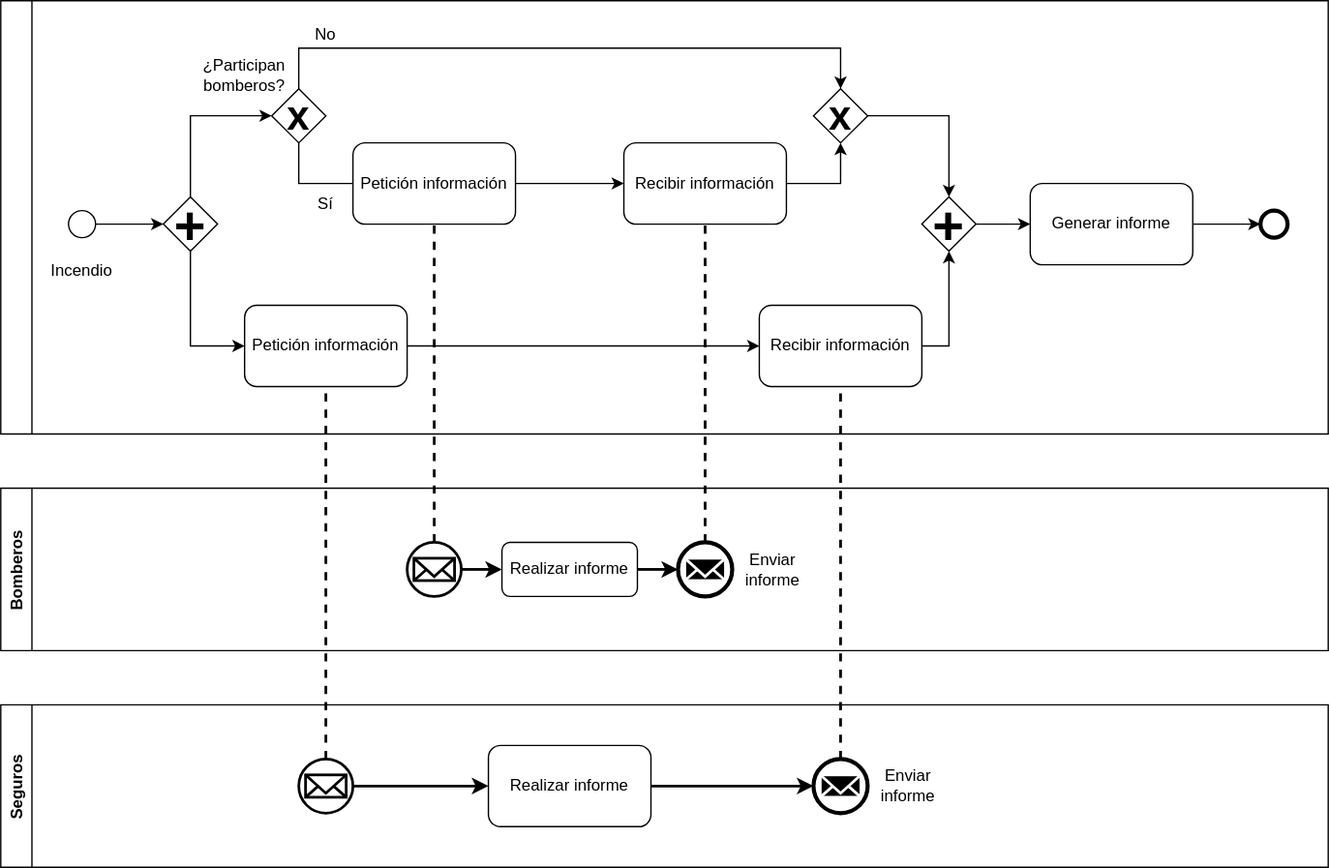
The draw.io diagram lab2/supuesto1.svg in ags000/INRE-UAL-TURQUESA-2022, before a commit. Source tidied: cells renumbered, new cells last; positions are measured from the earlier drawing's top-left corner, leaving out a move shared by most shapes. Its diagram source:
```xml
<mxGraphModel>
  <root>
    <mxCell id="0" />
    <mxCell id="1" parent="0" />
    <mxCell id="2" value="&lt;b&gt;&lt;font style=&quot;font-size: 40px;&quot;&gt;+&lt;/font&gt;&lt;/b&gt;" style="rhombus;whiteSpace=wrap;html=1;" parent="1" vertex="1">
      <mxGeometry x="120" y="145" width="40" height="40" as="geometry" />
    </mxCell>
    <mxCell id="3" value="Bomberos" style="swimlane;horizontal=0;fontSize=12;startSize=23;" parent="1" vertex="1">
      <mxGeometry y="360" width="980" height="120" as="geometry" />
    </mxCell>
    <mxCell id="4" style="edgeStyle=orthogonalEdgeStyle;rounded=0;jettySize=auto;html=1;exitX=1;exitY=0.5;exitDx=0;exitDy=0;entryX=0;entryY=0.5;entryDx=0;entryDy=0;strokeWidth=2;fontSize=12;" parent="3" edge="1" source="5" target="6">
      <mxGeometry relative="1" as="geometry" />
    </mxCell>
    <mxCell id="5" value="Realizar informe" style="rounded=1;whiteSpace=wrap;html=1;strokeWidth=1;fontSize=12;" parent="3" vertex="1">
      <mxGeometry x="370" y="40" width="100" height="40" as="geometry" />
    </mxCell>
    <mxCell id="6" style="ellipse;whiteSpace=wrap;html=1;strokeColor=#000000;strokeWidth=3;fontSize=12;fillColor=#FFFFFF;" parent="3" vertex="1">
      <mxGeometry x="500" y="40" width="40" height="40" as="geometry" />
    </mxCell>
    <mxCell id="7" style="html=1;verticalLabelPosition=bottom;align=center;labelBackgroundColor=#ffffff;verticalAlign=top;strokeWidth=2;strokeColor=#FFFFFF;shadow=0;dashed=0;shape=mxgraph.ios7.icons.mail;fontSize=12;fillColor=#000000;" parent="3" vertex="1">
      <mxGeometry x="505" y="51.8" width="30" height="16.5" as="geometry" />
    </mxCell>
    <mxCell id="8" style="edgeStyle=orthogonalEdgeStyle;rounded=0;jettySize=auto;html=1;exitX=1;exitY=0.5;exitDx=0;exitDy=0;entryX=0;entryY=0.5;entryDx=0;entryDy=0;strokeWidth=2;fontSize=12;" parent="3" edge="1" source="9" target="5">
      <mxGeometry relative="1" as="geometry" />
    </mxCell>
    <mxCell id="9" style="ellipse;whiteSpace=wrap;html=1;strokeColor=#000000;strokeWidth=2;fontSize=12;fillColor=#FFFFFF;" parent="3" vertex="1">
      <mxGeometry x="300" y="40" width="40" height="40" as="geometry" />
    </mxCell>
    <mxCell id="10" style="html=1;verticalLabelPosition=bottom;align=center;labelBackgroundColor=#ffffff;verticalAlign=top;strokeWidth=2;strokeColor=#000000;shadow=0;dashed=0;shape=mxgraph.ios7.icons.mail;fontSize=12;" parent="3" vertex="1">
      <mxGeometry x="305" y="51.8" width="30" height="16.5" as="geometry" />
    </mxCell>
    <mxCell id="11" value="Enviar informe" style="text;html=1;strokeColor=none;fillColor=none;align=center;verticalAlign=middle;whiteSpace=wrap;rounded=0;strokeWidth=2;fontSize=12;" parent="3" vertex="1">
      <mxGeometry x="540" y="45" width="60" height="30" as="geometry" />
    </mxCell>
    <mxCell id="12" value="Seguros" style="swimlane;horizontal=0;fontSize=12;" parent="1" vertex="1">
      <mxGeometry y="520" width="980" height="120" as="geometry" />
    </mxCell>
    <mxCell id="13" style="edgeStyle=orthogonalEdgeStyle;rounded=0;jettySize=auto;html=1;exitX=1;exitY=0.5;exitDx=0;exitDy=0;entryX=0;entryY=0.5;entryDx=0;entryDy=0;strokeWidth=2;fontSize=12;" parent="12" edge="1" source="14" target="15">
      <mxGeometry relative="1" as="geometry" />
    </mxCell>
    <mxCell id="14" value="Realizar informe" style="rounded=1;whiteSpace=wrap;html=1;fontSize=12;" parent="12" vertex="1">
      <mxGeometry x="360" y="30" width="120" height="60" as="geometry" />
    </mxCell>
    <mxCell id="15" style="ellipse;whiteSpace=wrap;html=1;strokeColor=#000000;strokeWidth=3;fontSize=12;fillColor=#FFFFFF;" parent="12" vertex="1">
      <mxGeometry x="600" y="40" width="40" height="40" as="geometry" />
    </mxCell>
    <mxCell id="16" style="html=1;verticalLabelPosition=bottom;align=center;labelBackgroundColor=#ffffff;verticalAlign=top;strokeWidth=2;strokeColor=#FFFFFF;shadow=0;dashed=0;shape=mxgraph.ios7.icons.mail;fontSize=12;fillColor=#000000;" parent="12" vertex="1">
      <mxGeometry x="605" y="51.8" width="30" height="16.5" as="geometry" />
    </mxCell>
    <mxCell id="17" style="edgeStyle=orthogonalEdgeStyle;rounded=0;jettySize=auto;html=1;exitX=1;exitY=0.5;exitDx=0;exitDy=0;strokeWidth=2;fontSize=12;" parent="12" edge="1" source="18" target="14">
      <mxGeometry relative="1" as="geometry" />
    </mxCell>
    <mxCell id="18" style="ellipse;whiteSpace=wrap;html=1;strokeColor=#000000;strokeWidth=2;fontSize=12;fillColor=#FFFFFF;" parent="12" vertex="1">
      <mxGeometry x="220" y="40" width="40" height="40" as="geometry" />
    </mxCell>
    <mxCell id="19" style="html=1;verticalLabelPosition=bottom;align=center;labelBackgroundColor=#ffffff;verticalAlign=top;strokeWidth=2;strokeColor=#000000;shadow=0;dashed=0;shape=mxgraph.ios7.icons.mail;fontSize=12;" parent="12" vertex="1">
      <mxGeometry x="225" y="51.8" width="30" height="16.5" as="geometry" />
    </mxCell>
    <mxCell id="20" value="Enviar informe" style="text;html=1;strokeColor=none;fillColor=none;align=center;verticalAlign=middle;whiteSpace=wrap;rounded=0;strokeWidth=2;fontSize=12;" parent="12" vertex="1">
      <mxGeometry x="640" y="45" width="60" height="30" as="geometry" />
    </mxCell>
    <mxCell id="21" style="swimlane;horizontal=0;fontSize=12;" parent="1" vertex="1">
      <mxGeometry width="980" height="320" as="geometry" />
    </mxCell>
    <mxCell id="22" style="ellipse;whiteSpace=wrap;html=1;" parent="21" vertex="1">
      <mxGeometry x="50" y="155" width="20" height="20" as="geometry" />
    </mxCell>
    <mxCell id="23" value="Incendio" style="text;html=1;strokeColor=none;fillColor=none;align=center;verticalAlign=middle;whiteSpace=wrap;rounded=0;fontSize=12;" parent="21" vertex="1">
      <mxGeometry x="30" y="185" width="60" height="30" as="geometry" />
    </mxCell>
    <mxCell id="24" value="Petición información" style="rounded=1;whiteSpace=wrap;html=1;fontSize=12;" parent="21" vertex="1">
      <mxGeometry x="180" y="225" width="120" height="60" as="geometry" />
    </mxCell>
    <mxCell id="25" value="Recibir información" style="rounded=1;whiteSpace=wrap;html=1;fontSize=12;" parent="21" vertex="1">
      <mxGeometry x="560" y="225" width="120" height="60" as="geometry" />
    </mxCell>
    <mxCell id="26" style="edgeStyle=orthogonalEdgeStyle;rounded=0;jettySize=auto;html=1;exitX=0.5;exitY=0;exitDx=0;exitDy=0;entryX=0.5;entryY=0;entryDx=0;entryDy=0;fontSize=12;" parent="21" edge="1" source="27" target="37">
      <mxGeometry relative="1" as="geometry">
        <Array as="points">
          <mxPoint x="220" y="35" />
          <mxPoint x="620" y="35" />
        </Array>
      </mxGeometry>
    </mxCell>
    <mxCell id="27" value="&lt;div style=&quot;&quot;&gt;&lt;b style=&quot;background-color: initial;&quot;&gt;&lt;font style=&quot;font-size: 30px;&quot;&gt;x&lt;/font&gt;&lt;/b&gt;&lt;/div&gt;" style="rhombus;whiteSpace=wrap;html=1;align=center;" parent="21" vertex="1">
      <mxGeometry x="200" y="65" width="40" height="40" as="geometry" />
    </mxCell>
    <mxCell id="28" style="edgeStyle=orthogonalEdgeStyle;rounded=0;jettySize=auto;html=1;exitX=1;exitY=0.5;exitDx=0;exitDy=0;entryX=0;entryY=0.5;entryDx=0;entryDy=0;fontSize=12;" parent="21" edge="1" source="29" target="40">
      <mxGeometry relative="1" as="geometry" />
    </mxCell>
    <mxCell id="29" value="&lt;b&gt;&lt;font style=&quot;font-size: 40px;&quot;&gt;+&lt;/font&gt;&lt;/b&gt;" style="rhombus;whiteSpace=wrap;html=1;" parent="21" vertex="1">
      <mxGeometry x="680" y="145" width="40" height="40" as="geometry" />
    </mxCell>
    <mxCell id="30" style="endArrow=classic;html=1;rounded=0;fontSize=30;exitX=1;exitY=0.5;exitDx=0;exitDy=0;entryX=0;entryY=0.5;entryDx=0;entryDy=0;" parent="21" edge="1" source="24" target="25">
      <mxGeometry relative="1" as="geometry" />
    </mxCell>
    <mxCell id="31" style="endArrow=classic;html=1;rounded=0;fontSize=30;exitX=1;exitY=0.5;exitDx=0;exitDy=0;entryX=0.5;entryY=1;entryDx=0;entryDy=0;" parent="21" edge="1" source="25" target="29">
      <mxGeometry relative="1" as="geometry">
        <Array as="points">
          <mxPoint x="700" y="255" />
        </Array>
      </mxGeometry>
    </mxCell>
    <mxCell id="32" style="endArrow=classic;html=1;rounded=0;fontSize=30;exitX=0.5;exitY=1;exitDx=0;exitDy=0;entryX=0;entryY=0.5;entryDx=0;entryDy=0;" parent="21" edge="1" source="27">
      <mxGeometry relative="1" as="geometry">
        <mxPoint x="280" y="135" as="targetPoint" />
        <Array as="points">
          <mxPoint x="220" y="135" />
        </Array>
      </mxGeometry>
    </mxCell>
    <mxCell id="33" style="edgeStyle=orthogonalEdgeStyle;rounded=0;jettySize=auto;html=1;exitX=1;exitY=0.5;exitDx=0;exitDy=0;entryX=0;entryY=0.5;entryDx=0;entryDy=0;fontSize=12;" parent="21" edge="1" source="34" target="36">
      <mxGeometry relative="1" as="geometry" />
    </mxCell>
    <mxCell id="34" value="Petición información" style="rounded=1;whiteSpace=wrap;html=1;fontSize=12;" parent="21" vertex="1">
      <mxGeometry x="260" y="105" width="120" height="60" as="geometry" />
    </mxCell>
    <mxCell id="35" style="edgeStyle=orthogonalEdgeStyle;rounded=0;jettySize=auto;html=1;exitX=1;exitY=0.5;exitDx=0;exitDy=0;entryX=0.5;entryY=1;entryDx=0;entryDy=0;fontSize=12;" parent="21" edge="1" source="36" target="37">
      <mxGeometry relative="1" as="geometry" />
    </mxCell>
    <mxCell id="36" value="Recibir información" style="rounded=1;whiteSpace=wrap;html=1;fontSize=12;" parent="21" vertex="1">
      <mxGeometry x="460" y="105" width="120" height="60" as="geometry" />
    </mxCell>
    <mxCell id="37" value="&lt;b&gt;&lt;font style=&quot;font-size: 30px;&quot;&gt;x&lt;/font&gt;&lt;/b&gt;" style="rhombus;whiteSpace=wrap;html=1;" parent="21" vertex="1">
      <mxGeometry x="600" y="65" width="40" height="40" as="geometry" />
    </mxCell>
    <mxCell id="38" style="endArrow=classic;html=1;rounded=0;fontSize=12;exitX=1;exitY=0.5;exitDx=0;exitDy=0;entryX=0.5;entryY=0;entryDx=0;entryDy=0;" parent="21" edge="1" source="37" target="29">
      <mxGeometry relative="1" as="geometry">
        <Array as="points">
          <mxPoint x="700" y="85" />
        </Array>
      </mxGeometry>
    </mxCell>
    <mxCell id="39" style="edgeStyle=orthogonalEdgeStyle;rounded=0;jettySize=auto;html=1;exitX=1;exitY=0.5;exitDx=0;exitDy=0;entryX=0;entryY=0.5;entryDx=0;entryDy=0;fontSize=12;" parent="21" edge="1" source="40" target="41">
      <mxGeometry relative="1" as="geometry" />
    </mxCell>
    <mxCell id="40" value="Generar informe" style="rounded=1;whiteSpace=wrap;html=1;fontSize=12;" parent="21" vertex="1">
      <mxGeometry x="760" y="135" width="120" height="60" as="geometry" />
    </mxCell>
    <mxCell id="41" style="ellipse;whiteSpace=wrap;html=1;fontSize=12;strokeWidth=3;" parent="21" vertex="1">
      <mxGeometry x="930" y="155" width="20" height="20" as="geometry" />
    </mxCell>
    <mxCell id="42" value="¿Participan bomberos?" style="text;html=1;strokeColor=none;fillColor=none;align=center;verticalAlign=middle;whiteSpace=wrap;rounded=0;strokeWidth=3;fontSize=12;" parent="21" vertex="1">
      <mxGeometry x="150" y="40" width="60" height="30" as="geometry" />
    </mxCell>
    <mxCell id="43" value="Sí" style="text;html=1;strokeColor=none;fillColor=none;align=center;verticalAlign=middle;whiteSpace=wrap;rounded=0;strokeWidth=3;fontSize=12;" parent="21" vertex="1">
      <mxGeometry x="210" y="135" width="60" height="30" as="geometry" />
    </mxCell>
    <mxCell id="44" value="No" style="text;html=1;strokeColor=none;fillColor=none;align=center;verticalAlign=middle;whiteSpace=wrap;rounded=0;strokeWidth=3;fontSize=12;" parent="21" vertex="1">
      <mxGeometry x="210" y="10" width="60" height="30" as="geometry" />
    </mxCell>
    <mxCell id="45" style="endArrow=classic;html=1;rounded=0;fontSize=12;exitX=1;exitY=0.5;exitDx=0;exitDy=0;entryX=0;entryY=0.5;entryDx=0;entryDy=0;" parent="1" edge="1" source="22" target="2">
      <mxGeometry relative="1" as="geometry" />
    </mxCell>
    <mxCell id="46" style="endArrow=classic;html=1;rounded=0;fontSize=12;exitX=0.5;exitY=0;exitDx=0;exitDy=0;entryX=0;entryY=0.5;entryDx=0;entryDy=0;" parent="1" edge="1" source="2" target="27">
      <mxGeometry relative="1" as="geometry">
        <Array as="points">
          <mxPoint x="140" y="85" />
        </Array>
      </mxGeometry>
    </mxCell>
    <mxCell id="47" style="endArrow=classic;html=1;rounded=0;fontSize=12;exitX=0.5;exitY=1;exitDx=0;exitDy=0;entryX=0;entryY=0.5;entryDx=0;entryDy=0;" parent="1" edge="1" source="2" target="24">
      <mxGeometry relative="1" as="geometry">
        <Array as="points">
          <mxPoint x="140" y="255" />
        </Array>
      </mxGeometry>
    </mxCell>
    <mxCell id="48" style="endArrow=none;dashed=1;html=1;rounded=0;fontSize=12;entryX=0.5;entryY=1;entryDx=0;entryDy=0;strokeWidth=2;exitX=0.5;exitY=0;exitDx=0;exitDy=0;" parent="1" edge="1" source="18" target="24">
      <mxGeometry relative="1" as="geometry" />
    </mxCell>
    <mxCell id="49" style="endArrow=none;dashed=1;html=1;rounded=0;strokeWidth=2;fontSize=12;entryX=0.5;entryY=1;entryDx=0;entryDy=0;exitX=0.5;exitY=0;exitDx=0;exitDy=0;" parent="1" edge="1" source="15" target="25">
      <mxGeometry relative="1" as="geometry" />
    </mxCell>
    <mxCell id="50" style="endArrow=none;dashed=1;html=1;rounded=0;strokeWidth=2;fontSize=12;entryX=0.5;entryY=1;entryDx=0;entryDy=0;exitX=0.5;exitY=0;exitDx=0;exitDy=0;" parent="1" edge="1" source="9" target="34">
      <mxGeometry relative="1" as="geometry" />
    </mxCell>
    <mxCell id="51" style="endArrow=none;dashed=1;html=1;rounded=0;strokeWidth=2;fontSize=12;entryX=0.5;entryY=1;entryDx=0;entryDy=0;exitX=0.5;exitY=0;exitDx=0;exitDy=0;" parent="1" edge="1" source="6" target="36">
      <mxGeometry relative="1" as="geometry" />
    </mxCell>
  </root>
</mxGraphModel>
```
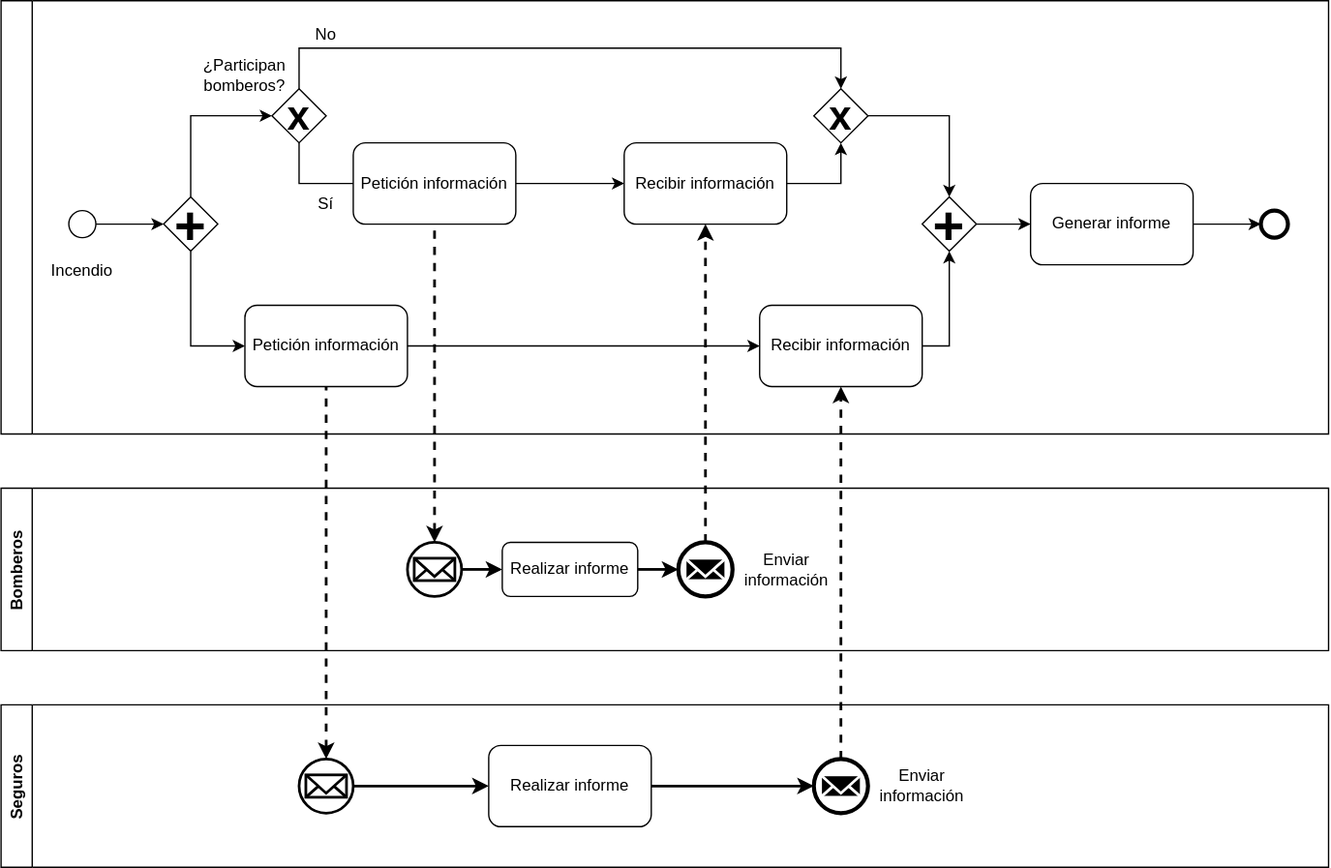
After the commit.

Commit message:
Diagrama bpmn 1

The edit, as a diff of the source:
```diff
@@ -29,8 +29,8 @@
     <mxCell id="10" style="html=1;verticalLabelPosition=bottom;align=center;labelBackgroundColor=#ffffff;verticalAlign=top;strokeWidth=2;strokeColor=#000000;shadow=0;dashed=0;shape=mxgraph.ios7.icons.mail;fontSize=12;" parent="3" vertex="1">
       <mxGeometry x="305" y="51.8" width="30" height="16.5" as="geometry" />
     </mxCell>
-    <mxCell id="11" value="Enviar informe" style="text;html=1;strokeColor=none;fillColor=none;align=center;verticalAlign=middle;whiteSpace=wrap;rounded=0;strokeWidth=2;fontSize=12;" parent="3" vertex="1">
-      <mxGeometry x="540" y="45" width="60" height="30" as="geometry" />
+    <mxCell id="11" value="Enviar información" style="text;html=1;strokeColor=none;fillColor=none;align=center;verticalAlign=middle;whiteSpace=wrap;rounded=0;strokeWidth=2;fontSize=12;" parent="3" vertex="1">
+      <mxGeometry x="550" y="45" width="60" height="30" as="geometry" />
     </mxCell>
     <mxCell id="12" value="Seguros" style="swimlane;horizontal=0;fontSize=12;" parent="1" vertex="1">
       <mxGeometry y="520" width="980" height="120" as="geometry" />
@@ -56,8 +56,8 @@
     <mxCell id="19" style="html=1;verticalLabelPosition=bottom;align=center;labelBackgroundColor=#ffffff;verticalAlign=top;strokeWidth=2;strokeColor=#000000;shadow=0;dashed=0;shape=mxgraph.ios7.icons.mail;fontSize=12;" parent="12" vertex="1">
       <mxGeometry x="225" y="51.8" width="30" height="16.5" as="geometry" />
     </mxCell>
-    <mxCell id="20" value="Enviar informe" style="text;html=1;strokeColor=none;fillColor=none;align=center;verticalAlign=middle;whiteSpace=wrap;rounded=0;strokeWidth=2;fontSize=12;" parent="12" vertex="1">
-      <mxGeometry x="640" y="45" width="60" height="30" as="geometry" />
+    <mxCell id="20" value="Enviar información" style="text;html=1;strokeColor=none;fillColor=none;align=center;verticalAlign=middle;whiteSpace=wrap;rounded=0;strokeWidth=2;fontSize=12;" parent="12" vertex="1">
+      <mxGeometry x="650" y="45" width="60" height="30" as="geometry" />
     </mxCell>
     <mxCell id="21" style="swimlane;horizontal=0;fontSize=12;" parent="1" vertex="1">
       <mxGeometry width="980" height="320" as="geometry" />
@@ -166,16 +166,16 @@
         </Array>
       </mxGeometry>
     </mxCell>
-    <mxCell id="48" style="endArrow=none;dashed=1;html=1;rounded=0;fontSize=12;entryX=0.5;entryY=1;entryDx=0;entryDy=0;strokeWidth=2;exitX=0.5;exitY=0;exitDx=0;exitDy=0;" parent="1" edge="1" source="18" target="24">
+    <mxCell id="48" style="endArrow=none;dashed=1;html=1;rounded=0;fontSize=12;entryX=0.5;entryY=1;entryDx=0;entryDy=0;strokeWidth=2;exitX=0.5;exitY=0;exitDx=0;exitDy=0;startArrow=classic;startFill=1;" parent="1" edge="1" source="18" target="24">
       <mxGeometry relative="1" as="geometry" />
     </mxCell>
-    <mxCell id="49" style="endArrow=none;dashed=1;html=1;rounded=0;strokeWidth=2;fontSize=12;entryX=0.5;entryY=1;entryDx=0;entryDy=0;exitX=0.5;exitY=0;exitDx=0;exitDy=0;" parent="1" edge="1" source="15" target="25">
+    <mxCell id="49" style="endArrow=classic;dashed=1;html=1;rounded=0;strokeWidth=2;fontSize=12;entryX=0.5;entryY=1;entryDx=0;entryDy=0;exitX=0.5;exitY=0;exitDx=0;exitDy=0;endFill=1;" parent="1" edge="1" source="15" target="25">
       <mxGeometry relative="1" as="geometry" />
     </mxCell>
-    <mxCell id="50" style="endArrow=none;dashed=1;html=1;rounded=0;strokeWidth=2;fontSize=12;entryX=0.5;entryY=1;entryDx=0;entryDy=0;exitX=0.5;exitY=0;exitDx=0;exitDy=0;" parent="1" edge="1" source="9" target="34">
+    <mxCell id="50" style="endArrow=none;dashed=1;html=1;rounded=0;strokeWidth=2;fontSize=12;entryX=0.5;entryY=1;entryDx=0;entryDy=0;exitX=0.5;exitY=0;exitDx=0;exitDy=0;startArrow=classic;startFill=1;" parent="1" edge="1" source="9" target="34">
       <mxGeometry relative="1" as="geometry" />
     </mxCell>
-    <mxCell id="51" style="endArrow=none;dashed=1;html=1;rounded=0;strokeWidth=2;fontSize=12;entryX=0.5;entryY=1;entryDx=0;entryDy=0;exitX=0.5;exitY=0;exitDx=0;exitDy=0;" parent="1" edge="1" source="6" target="36">
+    <mxCell id="51" style="endArrow=classic;dashed=1;html=1;rounded=0;strokeWidth=2;fontSize=12;entryX=0.5;entryY=1;entryDx=0;entryDy=0;exitX=0.5;exitY=0;exitDx=0;exitDy=0;endFill=1;" parent="1" edge="1" source="6" target="36">
       <mxGeometry relative="1" as="geometry" />
     </mxCell>
   </root>
```
